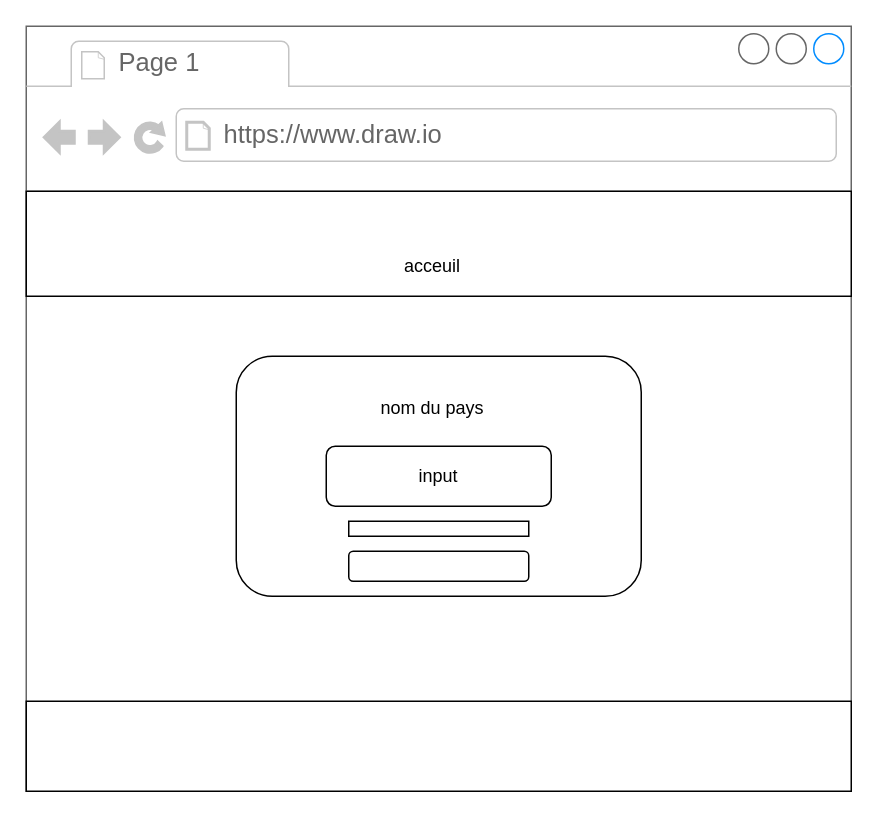
Earlier version of the draw.io diagram page "Page-2" (2 of 2) of doc/capitals.drawio (Alex-Cardon/Capitals-Game). Source tidied: cells renumbered, new cells numbered last; positions are measured from the earlier drawing's top-left corner, leaving out a move shared by most shapes. Both pictures are drawn from the tidied source at 150%, with x=0, y=0 at pixel (26, 26).
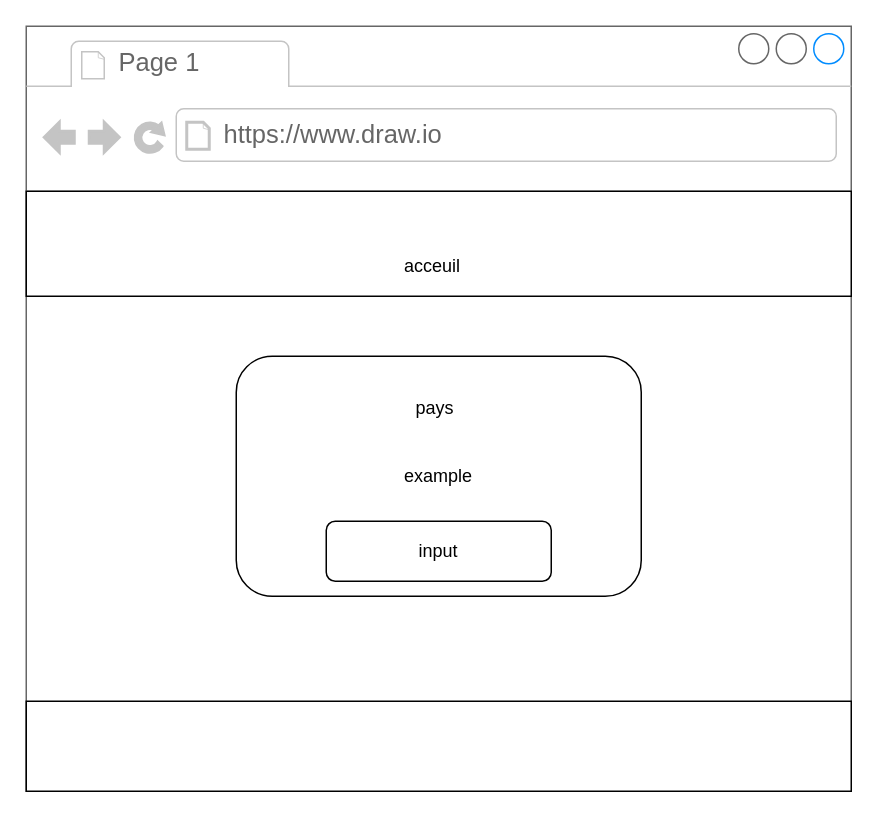
The same page after the edit.

Change to the diagram source:
```diff
@@
 <mxGraphModel>
   <root>
     <mxCell id="0" />
     <mxCell id="1" parent="0" />
     <mxCell id="2" style="strokeWidth=1;shadow=0;dashed=0;align=center;html=1;shape=mxgraph.mockup.containers.browserWindow;rSize=0;strokeColor=#666666;strokeColor2=#008cff;strokeColor3=#c4c4c4;mainText=,;" parent="1" vertex="1">
       <mxGeometry width="550" height="510" as="geometry" />
     </mxCell>
     <mxCell id="3" value="Page 1" style="strokeWidth=1;shadow=0;dashed=0;align=center;html=1;shape=mxgraph.mockup.containers.anchor;fontSize=17;fontColor=#666666;align=left;" parent="2" vertex="1">
       <mxGeometry x="60" y="12" width="110" height="26" as="geometry" />
     </mxCell>
     <mxCell id="4" value="https://www.draw.io" style="strokeWidth=1;shadow=0;dashed=0;align=center;html=1;shape=mxgraph.mockup.containers.anchor;rSize=0;fontSize=17;fontColor=#666666;align=left;" parent="2" vertex="1">
       <mxGeometry x="130" y="60" width="250" height="26" as="geometry" />
     </mxCell>
     <mxCell id="5" style="rounded=0;whiteSpace=wrap;html=1;" parent="2" vertex="1">
       <mxGeometry y="110" width="550" height="70" as="geometry" />
     </mxCell>
-    <mxCell id="6" style="rounded=1;whiteSpace=wrap;html=1;" parent="2" vertex="1">
+    <mxCell id="6" value="example" style="rounded=1;whiteSpace=wrap;html=1;" parent="2" vertex="1">
       <mxGeometry x="140" y="220" width="270" height="160" as="geometry" />
     </mxCell>
     <mxCell id="7" style="rounded=0;whiteSpace=wrap;html=1;" parent="2" vertex="1">
       <mxGeometry y="450" width="550" height="60" as="geometry" />
     </mxCell>
-    <mxCell id="8" value="nom du pays" style="text;html=1;strokeColor=none;fillColor=none;align=center;verticalAlign=middle;whiteSpace=wrap;rounded=0;" parent="2" vertex="1">
+    <mxCell id="8" value="&amp;nbsp;pays" style="text;html=1;strokeColor=none;fillColor=none;align=center;verticalAlign=middle;whiteSpace=wrap;rounded=0;" parent="2" vertex="1">
       <mxGeometry x="231" y="245" width="80" height="20" as="geometry" />
     </mxCell>
     <mxCell id="9" value="input" style="rounded=1;whiteSpace=wrap;html=1;" parent="2" vertex="1">
-      <mxGeometry x="200" y="280" width="150" height="40" as="geometry" />
+      <mxGeometry x="200" y="330" width="150" height="40" as="geometry" />
     </mxCell>
-    <mxCell id="10" style="rounded=0;whiteSpace=wrap;html=1;" parent="2" vertex="1">
-      <mxGeometry x="215" y="330" width="120" height="10" as="geometry" />
-    </mxCell>
     <mxCell id="11" value="acceuil" style="text;html=1;strokeColor=none;fillColor=none;align=center;verticalAlign=middle;whiteSpace=wrap;rounded=0;" parent="2" vertex="1">
       <mxGeometry x="251" y="150" width="40" height="20" as="geometry" />
     </mxCell>
-    <mxCell id="12" style="rounded=1;whiteSpace=wrap;html=1;" parent="2" vertex="1">
-      <mxGeometry x="215" y="350" width="120" height="20" as="geometry" />
-    </mxCell>
   </root>
 </mxGraphModel>
```
